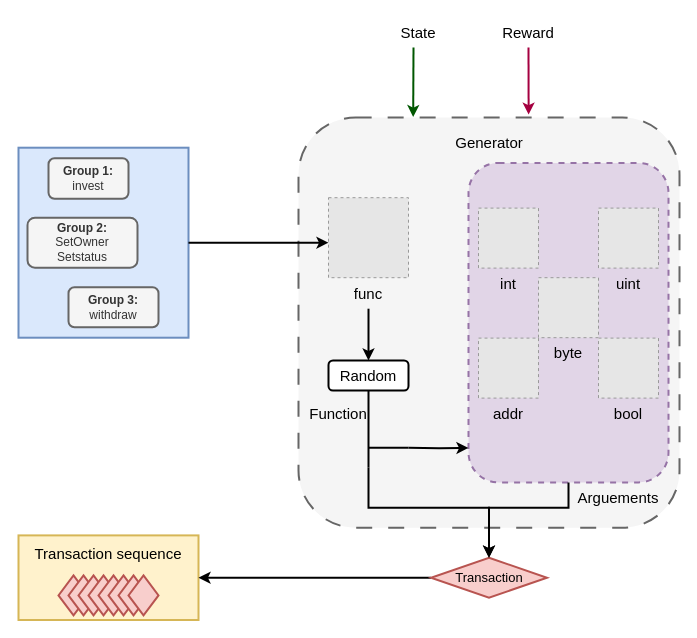
Before: generator.drawio in reuvenb-nub/novel-smartcontract-fuzzing, a draw.io diagram. Source tidied: cells renumbered, new cells numbered last; positions are measured from the earlier drawing's top-left corner, leaving out a move shared by most shapes. Both pictures are drawn from the tidied source at 100%, with x=0, y=0 at pixel (18, 17). Pictures stored in the file or linked from it are replaced by grey dashed boxes.
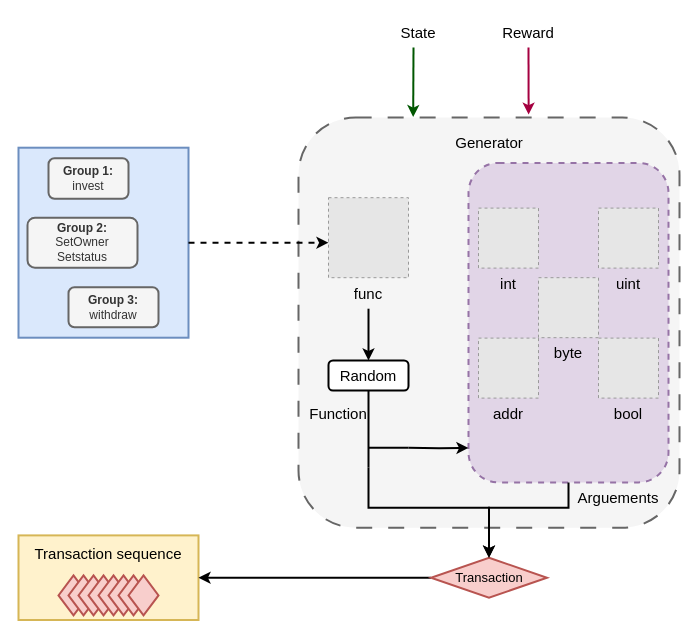
The same page after the edit.

The change refers to these unchanged cells:
```xml
<mxCell id="28" style="rounded=0;whiteSpace=wrap;html=1;strokeWidth=2;fillColor=#dae8fc;strokeColor=#6c8ebf;" parent="27" vertex="1">
  <mxGeometry width="170" height="190" as="geometry" />
</mxCell>
```

The edit, as a diff of the source:
```diff
@@
-    <mxCell id="32" style="endArrow=classic;html=1;rounded=0;exitX=1;exitY=0.5;exitDx=0;exitDy=0;strokeWidth=2;" parent="1" edge="1" source="28">
+    <mxCell id="32" style="endArrow=classic;html=1;rounded=0;exitX=1;exitY=0.5;exitDx=0;exitDy=0;strokeWidth=2;dashed=1;" parent="1" edge="1" source="28">
       <mxGeometry relative="1" as="geometry">
         <mxPoint x="310" y="225.2" as="targetPoint" />
       </mxGeometry>
     </mxCell>
```
